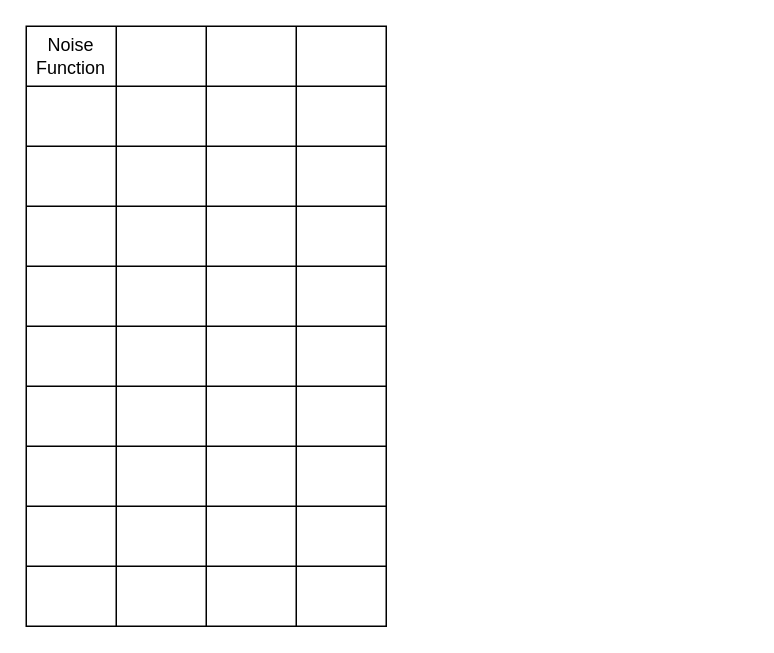
The draw.io diagram Untitled Diagram.drawio in NOSHIRTEDKEEPER/Brainstorming, before the edit. Source tidied: cells renumbered, new cells numbered last; positions are measured from the earlier drawing's top-left corner, leaving out a move shared by most shapes. Both pictures are drawn from the tidied source at 150%, with x=0, y=0 at pixel (26, 26).
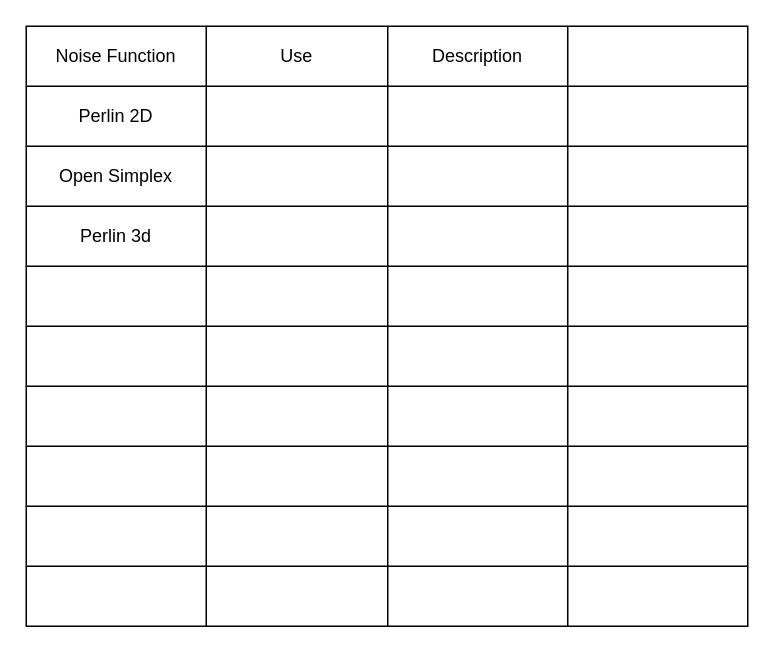
The same diagram, later.

What changed in the source:
```diff
@@
     <mxCell id="2" style="shape=table;startSize=0;childLayout=tableLayout;" parent="1" vertex="1">
-      <mxGeometry width="240" height="400" as="geometry" />
+      <mxGeometry width="481" height="400" as="geometry" />
     </mxCell>
     <mxCell id="3" style="shape=tableRow;horizontal=0;startSize=0;swimlaneHead=0;swimlaneBody=0;strokeColor=inherit;top=0;left=0;bottom=0;right=0;fillColor=none;" parent="2" vertex="1">
-      <mxGeometry width="240" height="40" as="geometry" />
+      <mxGeometry width="481" height="40" as="geometry" />
     </mxCell>
     <mxCell id="4" value="Noise Function" style="shape=partialRectangle;html=1;whiteSpace=wrap;strokeColor=inherit;overflow=hidden;fillColor=none;top=0;left=0;bottom=0;right=0;" parent="3" vertex="1">
-      <mxGeometry width="60" height="40" as="geometry" />
+      <mxGeometry width="120" height="40" as="geometry" />
     </mxCell>
-    <mxCell id="5" style="shape=partialRectangle;html=1;whiteSpace=wrap;strokeColor=inherit;overflow=hidden;fillColor=none;top=0;left=0;bottom=0;right=0;" parent="3" vertex="1">
-      <mxGeometry x="60" width="60" height="40" as="geometry" />
+    <mxCell id="5" value="Use" style="shape=partialRectangle;html=1;whiteSpace=wrap;strokeColor=inherit;overflow=hidden;fillColor=none;top=0;left=0;bottom=0;right=0;" parent="3" vertex="1">
+      <mxGeometry x="120" width="121" height="40" as="geometry" />
     </mxCell>
-    <mxCell id="6" style="shape=partialRectangle;html=1;whiteSpace=wrap;strokeColor=inherit;overflow=hidden;fillColor=none;top=0;left=0;bottom=0;right=0;" parent="3" vertex="1">
-      <mxGeometry x="120" width="60" height="40" as="geometry" />
+    <mxCell id="6" value="Description" style="shape=partialRectangle;html=1;whiteSpace=wrap;strokeColor=inherit;overflow=hidden;fillColor=none;top=0;left=0;bottom=0;right=0;" parent="3" vertex="1">
+      <mxGeometry x="241" width="120" height="40" as="geometry" />
     </mxCell>
     <mxCell id="7" style="shape=partialRectangle;html=1;whiteSpace=wrap;strokeColor=inherit;overflow=hidden;fillColor=none;top=0;left=0;bottom=0;right=0;" parent="3" vertex="1">
-      <mxGeometry x="180" width="60" height="40" as="geometry" />
+      <mxGeometry x="361" width="120" height="40" as="geometry" />
     </mxCell>
     <mxCell id="8" style="shape=tableRow;horizontal=0;startSize=0;swimlaneHead=0;swimlaneBody=0;strokeColor=inherit;top=0;left=0;bottom=0;right=0;fillColor=none;" parent="2" vertex="1">
-      <mxGeometry y="40" width="240" height="40" as="geometry" />
+      <mxGeometry y="40" width="481" height="40" as="geometry" />
     </mxCell>
-    <mxCell id="9" style="shape=partialRectangle;html=1;whiteSpace=wrap;strokeColor=inherit;overflow=hidden;fillColor=none;top=0;left=0;bottom=0;right=0;" parent="8" vertex="1">
-      <mxGeometry width="60" height="40" as="geometry" />
+    <mxCell id="9" value="Perlin 2D" style="shape=partialRectangle;html=1;whiteSpace=wrap;strokeColor=inherit;overflow=hidden;fillColor=none;top=0;left=0;bottom=0;right=0;" parent="8" vertex="1">
+      <mxGeometry width="120" height="40" as="geometry" />
     </mxCell>
     <mxCell id="10" style="shape=partialRectangle;html=1;whiteSpace=wrap;strokeColor=inherit;overflow=hidden;fillColor=none;top=0;left=0;bottom=0;right=0;" parent="8" vertex="1">
-      <mxGeometry x="60" width="60" height="40" as="geometry" />
+      <mxGeometry x="120" width="121" height="40" as="geometry" />
     </mxCell>
     <mxCell id="11" style="shape=partialRectangle;html=1;whiteSpace=wrap;strokeColor=inherit;overflow=hidden;fillColor=none;top=0;left=0;bottom=0;right=0;" parent="8" vertex="1">
-      <mxGeometry x="120" width="60" height="40" as="geometry" />
+      <mxGeometry x="241" width="120" height="40" as="geometry" />
     </mxCell>
     <mxCell id="12" style="shape=partialRectangle;html=1;whiteSpace=wrap;strokeColor=inherit;overflow=hidden;fillColor=none;top=0;left=0;bottom=0;right=0;" parent="8" vertex="1">
-      <mxGeometry x="180" width="60" height="40" as="geometry" />
+      <mxGeometry x="361" width="120" height="40" as="geometry" />
     </mxCell>
     <mxCell id="13" style="shape=tableRow;horizontal=0;startSize=0;swimlaneHead=0;swimlaneBody=0;strokeColor=inherit;top=0;left=0;bottom=0;right=0;fillColor=none;" parent="2" vertex="1">
-      <mxGeometry y="80" width="240" height="40" as="geometry" />
+      <mxGeometry y="80" width="481" height="40" as="geometry" />
     </mxCell>
-    <mxCell id="14" style="shape=partialRectangle;html=1;whiteSpace=wrap;strokeColor=inherit;overflow=hidden;fillColor=none;top=0;left=0;bottom=0;right=0;" parent="13" vertex="1">
-      <mxGeometry width="60" height="40" as="geometry" />
+    <mxCell id="14" value="Open Simplex" style="shape=partialRectangle;html=1;whiteSpace=wrap;strokeColor=inherit;overflow=hidden;fillColor=none;top=0;left=0;bottom=0;right=0;" parent="13" vertex="1">
+      <mxGeometry width="120" height="40" as="geometry" />
     </mxCell>
     <mxCell id="15" style="shape=partialRectangle;html=1;whiteSpace=wrap;strokeColor=inherit;overflow=hidden;fillColor=none;top=0;left=0;bottom=0;right=0;" parent="13" vertex="1">
-      <mxGeometry x="60" width="60" height="40" as="geometry" />
+      <mxGeometry x="120" width="121" height="40" as="geometry" />
     </mxCell>
     <mxCell id="16" style="shape=partialRectangle;html=1;whiteSpace=wrap;strokeColor=inherit;overflow=hidden;fillColor=none;top=0;left=0;bottom=0;right=0;" parent="13" vertex="1">
-      <mxGeometry x="120" width="60" height="40" as="geometry" />
+      <mxGeometry x="241" width="120" height="40" as="geometry" />
     </mxCell>
     <mxCell id="17" style="shape=partialRectangle;html=1;whiteSpace=wrap;strokeColor=inherit;overflow=hidden;fillColor=none;top=0;left=0;bottom=0;right=0;" parent="13" vertex="1">
-      <mxGeometry x="180" width="60" height="40" as="geometry" />
+      <mxGeometry x="361" width="120" height="40" as="geometry" />
     </mxCell>
     <mxCell id="18" style="shape=tableRow;horizontal=0;startSize=0;swimlaneHead=0;swimlaneBody=0;strokeColor=inherit;top=0;left=0;bottom=0;right=0;fillColor=none;" parent="2" vertex="1">
-      <mxGeometry y="120" width="240" height="40" as="geometry" />
+      <mxGeometry y="120" width="481" height="40" as="geometry" />
     </mxCell>
-    <mxCell id="19" style="shape=partialRectangle;html=1;whiteSpace=wrap;strokeColor=inherit;overflow=hidden;fillColor=none;top=0;left=0;bottom=0;right=0;" parent="18" vertex="1">
-      <mxGeometry width="60" height="40" as="geometry" />
+    <mxCell id="19" value="Perlin 3d" style="shape=partialRectangle;html=1;whiteSpace=wrap;strokeColor=inherit;overflow=hidden;fillColor=none;top=0;left=0;bottom=0;right=0;" parent="18" vertex="1">
+      <mxGeometry width="120" height="40" as="geometry" />
     </mxCell>
     <mxCell id="20" style="shape=partialRectangle;html=1;whiteSpace=wrap;strokeColor=inherit;overflow=hidden;fillColor=none;top=0;left=0;bottom=0;right=0;" parent="18" vertex="1">
-      <mxGeometry x="60" width="60" height="40" as="geometry" />
+      <mxGeometry x="120" width="121" height="40" as="geometry" />
     </mxCell>
     <mxCell id="21" style="shape=partialRectangle;html=1;whiteSpace=wrap;strokeColor=inherit;overflow=hidden;fillColor=none;top=0;left=0;bottom=0;right=0;" parent="18" vertex="1">
-      <mxGeometry x="120" width="60" height="40" as="geometry" />
+      <mxGeometry x="241" width="120" height="40" as="geometry" />
     </mxCell>
     <mxCell id="22" style="shape=partialRectangle;html=1;whiteSpace=wrap;strokeColor=inherit;overflow=hidden;fillColor=none;top=0;left=0;bottom=0;right=0;" parent="18" vertex="1">
-      <mxGeometry x="180" width="60" height="40" as="geometry" />
+      <mxGeometry x="361" width="120" height="40" as="geometry" />
     </mxCell>
     <mxCell id="23" style="shape=tableRow;horizontal=0;startSize=0;swimlaneHead=0;swimlaneBody=0;strokeColor=inherit;top=0;left=0;bottom=0;right=0;fillColor=none;" parent="2" vertex="1">
-      <mxGeometry y="160" width="240" height="40" as="geometry" />
+      <mxGeometry y="160" width="481" height="40" as="geometry" />
     </mxCell>
     <mxCell id="24" style="shape=partialRectangle;html=1;whiteSpace=wrap;strokeColor=inherit;overflow=hidden;fillColor=none;top=0;left=0;bottom=0;right=0;" parent="23" vertex="1">
-      <mxGeometry width="60" height="40" as="geometry" />
+      <mxGeometry width="120" height="40" as="geometry" />
     </mxCell>
     <mxCell id="25" style="shape=partialRectangle;html=1;whiteSpace=wrap;strokeColor=inherit;overflow=hidden;fillColor=none;top=0;left=0;bottom=0;right=0;" parent="23" vertex="1">
-      <mxGeometry x="60" width="60" height="40" as="geometry" />
+      <mxGeometry x="120" width="121" height="40" as="geometry" />
     </mxCell>
     <mxCell id="26" style="shape=partialRectangle;html=1;whiteSpace=wrap;strokeColor=inherit;overflow=hidden;fillColor=none;top=0;left=0;bottom=0;right=0;" parent="23" vertex="1">
-      <mxGeometry x="120" width="60" height="40" as="geometry" />
+      <mxGeometry x="241" width="120" height="40" as="geometry" />
     </mxCell>
     <mxCell id="27" style="shape=partialRectangle;html=1;whiteSpace=wrap;strokeColor=inherit;overflow=hidden;fillColor=none;top=0;left=0;bottom=0;right=0;" parent="23" vertex="1">
-      <mxGeometry x="180" width="60" height="40" as="geometry" />
+      <mxGeometry x="361" width="120" height="40" as="geometry" />
     </mxCell>
     <mxCell id="28" style="shape=tableRow;horizontal=0;startSize=0;swimlaneHead=0;swimlaneBody=0;strokeColor=inherit;top=0;left=0;bottom=0;right=0;fillColor=none;" parent="2" vertex="1">
-      <mxGeometry y="200" width="240" height="40" as="geometry" />
+      <mxGeometry y="200" width="481" height="40" as="geometry" />
     </mxCell>
     <mxCell id="29" style="shape=partialRectangle;html=1;whiteSpace=wrap;strokeColor=inherit;overflow=hidden;fillColor=none;top=0;left=0;bottom=0;right=0;" parent="28" vertex="1">
-      <mxGeometry width="60" height="40" as="geometry" />
+      <mxGeometry width="120" height="40" as="geometry" />
     </mxCell>
     <mxCell id="30" style="shape=partialRectangle;html=1;whiteSpace=wrap;strokeColor=inherit;overflow=hidden;fillColor=none;top=0;left=0;bottom=0;right=0;" parent="28" vertex="1">
-      <mxGeometry x="60" width="60" height="40" as="geometry" />
+      <mxGeometry x="120" width="121" height="40" as="geometry" />
     </mxCell>
     <mxCell id="31" style="shape=partialRectangle;html=1;whiteSpace=wrap;strokeColor=inherit;overflow=hidden;fillColor=none;top=0;left=0;bottom=0;right=0;" parent="28" vertex="1">
-      <mxGeometry x="120" width="60" height="40" as="geometry" />
+      <mxGeometry x="241" width="120" height="40" as="geometry" />
     </mxCell>
     <mxCell id="32" style="shape=partialRectangle;html=1;whiteSpace=wrap;strokeColor=inherit;overflow=hidden;fillColor=none;top=0;left=0;bottom=0;right=0;" parent="28" vertex="1">
-      <mxGeometry x="180" width="60" height="40" as="geometry" />
+      <mxGeometry x="361" width="120" height="40" as="geometry" />
     </mxCell>
     <mxCell id="33" style="shape=tableRow;horizontal=0;startSize=0;swimlaneHead=0;swimlaneBody=0;strokeColor=inherit;top=0;left=0;bottom=0;right=0;fillColor=none;" parent="2" vertex="1">
-      <mxGeometry y="240" width="240" height="40" as="geometry" />
+      <mxGeometry y="240" width="481" height="40" as="geometry" />
     </mxCell>
     <mxCell id="34" style="shape=partialRectangle;html=1;whiteSpace=wrap;strokeColor=inherit;overflow=hidden;fillColor=none;top=0;left=0;bottom=0;right=0;" parent="33" vertex="1">
-      <mxGeometry width="60" height="40" as="geometry" />
+      <mxGeometry width="120" height="40" as="geometry" />
     </mxCell>
     <mxCell id="35" style="shape=partialRectangle;html=1;whiteSpace=wrap;strokeColor=inherit;overflow=hidden;fillColor=none;top=0;left=0;bottom=0;right=0;" parent="33" vertex="1">
-      <mxGeometry x="60" width="60" height="40" as="geometry" />
+      <mxGeometry x="120" width="121" height="40" as="geometry" />
     </mxCell>
     <mxCell id="36" style="shape=partialRectangle;html=1;whiteSpace=wrap;strokeColor=inherit;overflow=hidden;fillColor=none;top=0;left=0;bottom=0;right=0;" parent="33" vertex="1">
-      <mxGeometry x="120" width="60" height="40" as="geometry" />
+      <mxGeometry x="241" width="120" height="40" as="geometry" />
     </mxCell>
     <mxCell id="37" style="shape=partialRectangle;html=1;whiteSpace=wrap;strokeColor=inherit;overflow=hidden;fillColor=none;top=0;left=0;bottom=0;right=0;" parent="33" vertex="1">
-      <mxGeometry x="180" width="60" height="40" as="geometry" />
+      <mxGeometry x="361" width="120" height="40" as="geometry" />
     </mxCell>
     <mxCell id="38" style="shape=tableRow;horizontal=0;startSize=0;swimlaneHead=0;swimlaneBody=0;strokeColor=inherit;top=0;left=0;bottom=0;right=0;fillColor=none;" parent="2" vertex="1">
-      <mxGeometry y="280" width="240" height="40" as="geometry" />
+      <mxGeometry y="280" width="481" height="40" as="geometry" />
     </mxCell>
     <mxCell id="39" style="shape=partialRectangle;html=1;whiteSpace=wrap;strokeColor=inherit;overflow=hidden;fillColor=none;top=0;left=0;bottom=0;right=0;" parent="38" vertex="1">
-      <mxGeometry width="60" height="40" as="geometry" />
+      <mxGeometry width="120" height="40" as="geometry" />
     </mxCell>
     <mxCell id="40" style="shape=partialRectangle;html=1;whiteSpace=wrap;strokeColor=inherit;overflow=hidden;fillColor=none;top=0;left=0;bottom=0;right=0;" parent="38" vertex="1">
-      <mxGeometry x="60" width="60" height="40" as="geometry" />
+      <mxGeometry x="120" width="121" height="40" as="geometry" />
     </mxCell>
     <mxCell id="41" style="shape=partialRectangle;html=1;whiteSpace=wrap;strokeColor=inherit;overflow=hidden;fillColor=none;top=0;left=0;bottom=0;right=0;" parent="38" vertex="1">
-      <mxGeometry x="120" width="60" height="40" as="geometry" />
+      <mxGeometry x="241" width="120" height="40" as="geometry" />
     </mxCell>
     <mxCell id="42" style="shape=partialRectangle;html=1;whiteSpace=wrap;strokeColor=inherit;overflow=hidden;fillColor=none;top=0;left=0;bottom=0;right=0;" parent="38" vertex="1">
-      <mxGeometry x="180" width="60" height="40" as="geometry" />
+      <mxGeometry x="361" width="120" height="40" as="geometry" />
     </mxCell>
     <mxCell id="43" style="shape=tableRow;horizontal=0;startSize=0;swimlaneHead=0;swimlaneBody=0;strokeColor=inherit;top=0;left=0;bottom=0;right=0;fillColor=none;" parent="2" vertex="1">
-      <mxGeometry y="320" width="240" height="40" as="geometry" />
+      <mxGeometry y="320" width="481" height="40" as="geometry" />
     </mxCell>
     <mxCell id="44" style="shape=partialRectangle;html=1;whiteSpace=wrap;strokeColor=inherit;overflow=hidden;fillColor=none;top=0;left=0;bottom=0;right=0;" parent="43" vertex="1">
-      <mxGeometry width="60" height="40" as="geometry" />
+      <mxGeometry width="120" height="40" as="geometry" />
     </mxCell>
     <mxCell id="45" style="shape=partialRectangle;html=1;whiteSpace=wrap;strokeColor=inherit;overflow=hidden;fillColor=none;top=0;left=0;bottom=0;right=0;" parent="43" vertex="1">
-      <mxGeometry x="60" width="60" height="40" as="geometry" />
+      <mxGeometry x="120" width="121" height="40" as="geometry" />
     </mxCell>
     <mxCell id="46" style="shape=partialRectangle;html=1;whiteSpace=wrap;strokeColor=inherit;overflow=hidden;fillColor=none;top=0;left=0;bottom=0;right=0;" parent="43" vertex="1">
-      <mxGeometry x="120" width="60" height="40" as="geometry" />
+      <mxGeometry x="241" width="120" height="40" as="geometry" />
     </mxCell>
     <mxCell id="47" style="shape=partialRectangle;html=1;whiteSpace=wrap;strokeColor=inherit;overflow=hidden;fillColor=none;top=0;left=0;bottom=0;right=0;" parent="43" vertex="1">
-      <mxGeometry x="180" width="60" height="40" as="geometry" />
+      <mxGeometry x="361" width="120" height="40" as="geometry" />
     </mxCell>
     <mxCell id="48" style="shape=tableRow;horizontal=0;startSize=0;swimlaneHead=0;swimlaneBody=0;strokeColor=inherit;top=0;left=0;bottom=0;right=0;fillColor=none;" parent="2" vertex="1">
-      <mxGeometry y="360" width="240" height="40" as="geometry" />
+      <mxGeometry y="360" width="481" height="40" as="geometry" />
     </mxCell>
     <mxCell id="49" style="shape=partialRectangle;html=1;whiteSpace=wrap;strokeColor=inherit;overflow=hidden;fillColor=none;top=0;left=0;bottom=0;right=0;" parent="48" vertex="1">
-      <mxGeometry width="60" height="40" as="geometry" />
+      <mxGeometry width="120" height="40" as="geometry" />
     </mxCell>
     <mxCell id="50" style="shape=partialRectangle;html=1;whiteSpace=wrap;strokeColor=inherit;overflow=hidden;fillColor=none;top=0;left=0;bottom=0;right=0;" parent="48" vertex="1">
-      <mxGeometry x="60" width="60" height="40" as="geometry" />
+      <mxGeometry x="120" width="121" height="40" as="geometry" />
     </mxCell>
     <mxCell id="51" style="shape=partialRectangle;html=1;whiteSpace=wrap;strokeColor=inherit;overflow=hidden;fillColor=none;top=0;left=0;bottom=0;right=0;" parent="48" vertex="1">
-      <mxGeometry x="120" width="60" height="40" as="geometry" />
+      <mxGeometry x="241" width="120" height="40" as="geometry" />
     </mxCell>
     <mxCell id="52" style="shape=partialRectangle;html=1;whiteSpace=wrap;strokeColor=inherit;overflow=hidden;fillColor=none;top=0;left=0;bottom=0;right=0;" parent="48" vertex="1">
-      <mxGeometry x="180" width="60" height="40" as="geometry" />
+      <mxGeometry x="361" width="120" height="40" as="geometry" />
     </mxCell>
```
